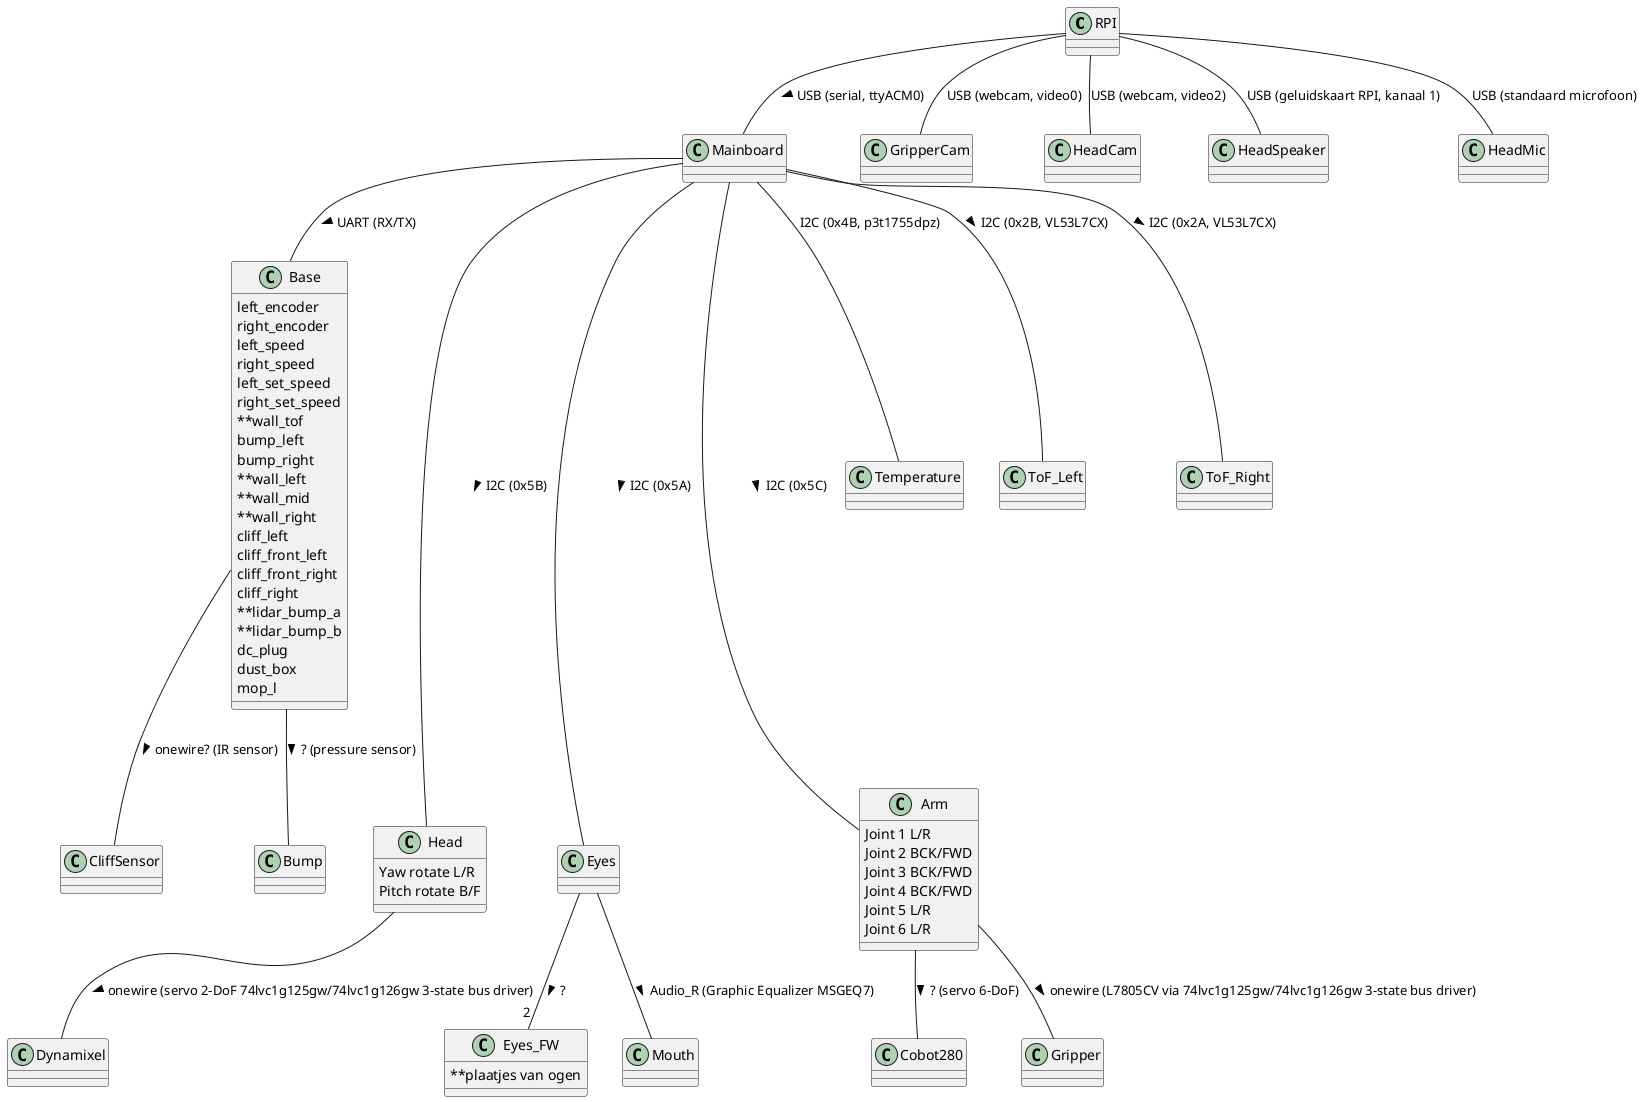
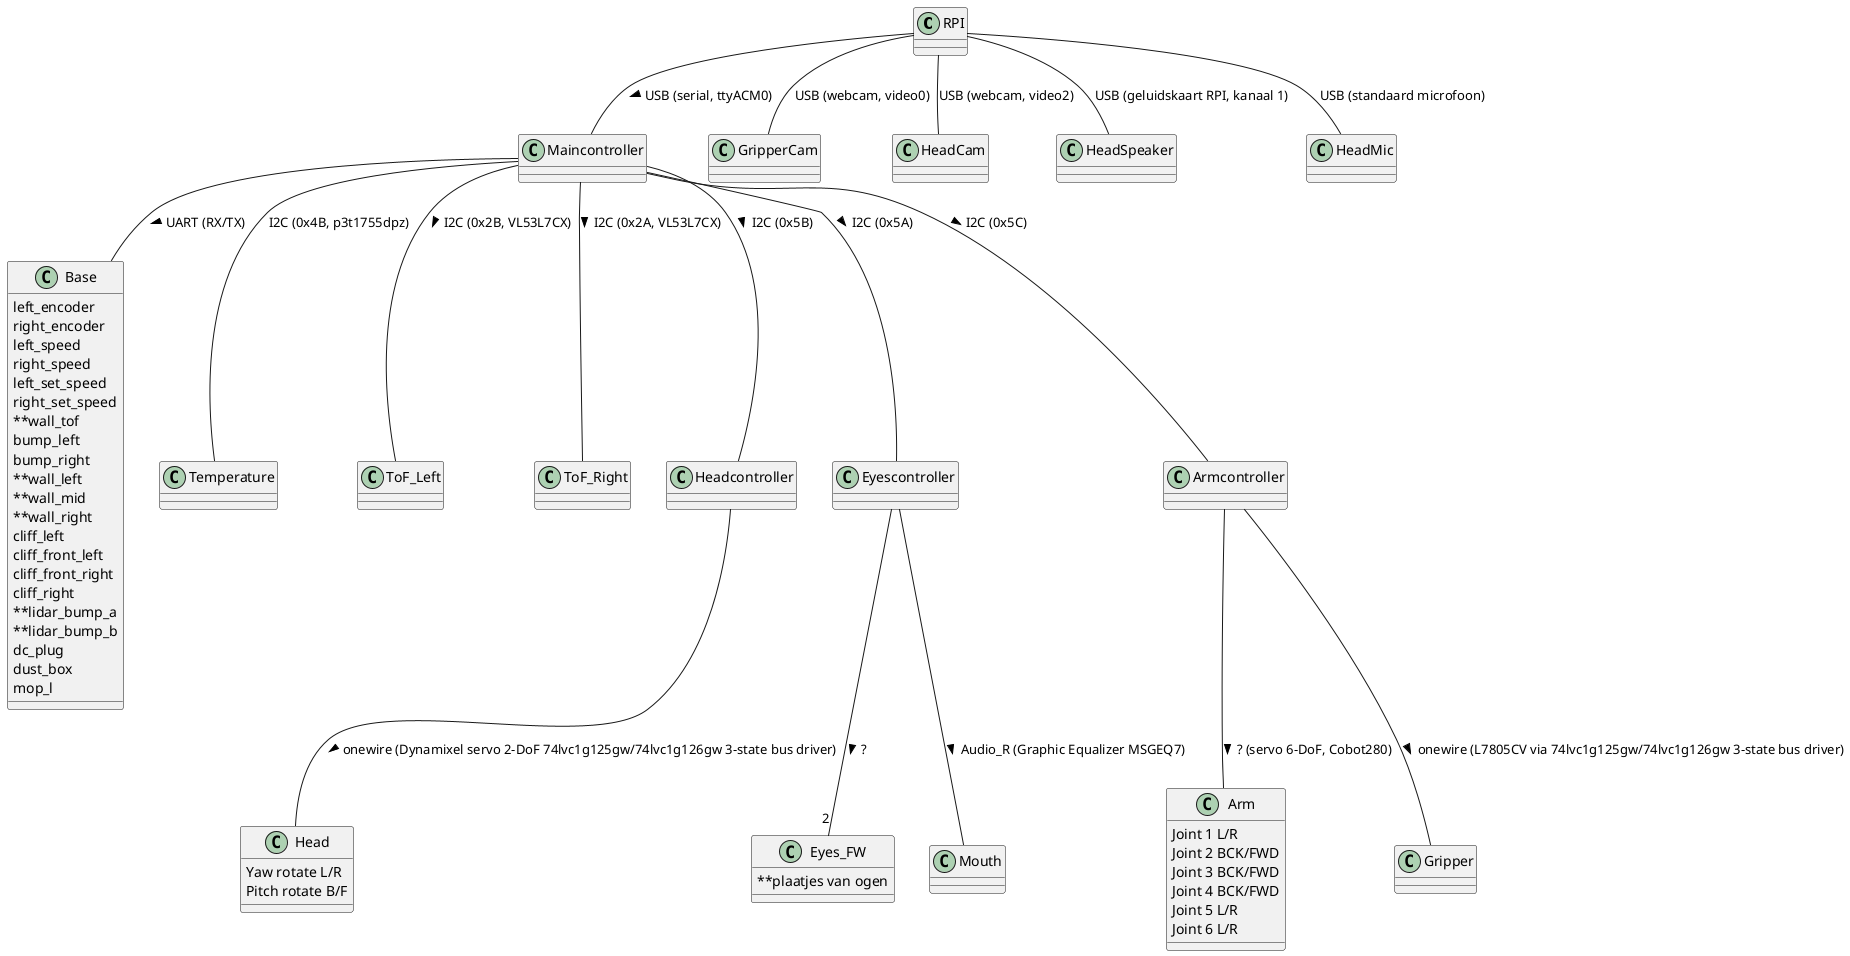
@startuml overview

class RPI
class Base {
    left_encoder
    right_encoder
    left_speed
    right_speed
    left_set_speed
    right_set_speed
    **wall_tof
    bump_left
    bump_right
    **wall_left
    **wall_mid
    **wall_right
    cliff_left
    cliff_front_left
    cliff_front_right
    cliff_right
    **lidar_bump_a
    **lidar_bump_b
    dc_plug
    dust_box
    mop_l
}
- class Mainboard
+ class Maincontroller
class Head {
    Yaw rotate L/R
    Pitch rotate B/F
}
- class Eyes
class Arm {
    Joint 1 L/R
    Joint 2 BCK/FWD
    Joint 3 BCK/FWD
    Joint 4 BCK/FWD
    Joint 5 L/R
    Joint 6 L/R
}
- class Cobot280
class Eyes_FW {
    **plaatjes van ogen
}

- RPI -- Mainboard : USB (serial, ttyACM0) >
+ RPI -- Maincontroller : USB (serial, ttyACM0) >
RPI -- GripperCam : USB (webcam, video0)
RPI -- HeadCam :  USB (webcam, video2)
RPI -- HeadSpeaker : USB (geluidskaart RPI, kanaal 1)
RPI -- HeadMic : USB (standaard microfoon)

- Mainboard -- Base :  UART (RX/TX) >
- Mainboard -- Temperature : I2C (0x4B, p3t1755dpz)
- Base -- CliffSensor : onewire? (IR sensor) >
- Base -- Bump : ? (pressure sensor) >
- 
- Mainboard -- ToF_Left : I2C (0x2B, VL53L7CX) >
- Mainboard -- ToF_Right : I2C (0x2A, VL53L7CX) >
- Mainboard --- Head: I2C (0x5B) >
- Mainboard --- Eyes: I2C (0x5A) >
- Mainboard --- Arm: I2C (0x5C) >
- Arm -- Cobot280 : ? (servo 6-DoF) >
- Arm -- Gripper :  onewire (L7805CV via 74lvc1g125gw/74lvc1g126gw 3-state bus driver) >
- Head -- Dynamixel : onewire (servo 2-DoF 74lvc1g125gw/74lvc1g126gw 3-state bus driver) >
- Eyes -- "2" Eyes_FW : ? >
- Eyes -- Mouth : Audio_R (Graphic Equalizer MSGEQ7) >
+ Maincontroller -- Base :  UART (RX/TX) >
+ Maincontroller -- Temperature : I2C (0x4B, p3t1755dpz)
+ Maincontroller -- ToF_Left : I2C (0x2B, VL53L7CX) >
+ Maincontroller -- ToF_Right : I2C (0x2A, VL53L7CX) >
+ Maincontroller -- Headcontroller: I2C (0x5B) >
+ Maincontroller -- Eyescontroller: I2C (0x5A) >
+ Maincontroller -- Armcontroller: I2C (0x5C) >
+ Armcontroller -- Arm : ? (servo 6-DoF, Cobot280) >
+ Armcontroller -- Gripper :  onewire (L7805CV via 74lvc1g125gw/74lvc1g126gw 3-state bus driver) >
+ Headcontroller -- Head : onewire (Dynamixel servo 2-DoF 74lvc1g125gw/74lvc1g126gw 3-state bus driver) >
+ Eyescontroller -- "2" Eyes_FW : ? >
+ Eyescontroller -- Mouth : Audio_R (Graphic Equalizer MSGEQ7) >

@enduml
